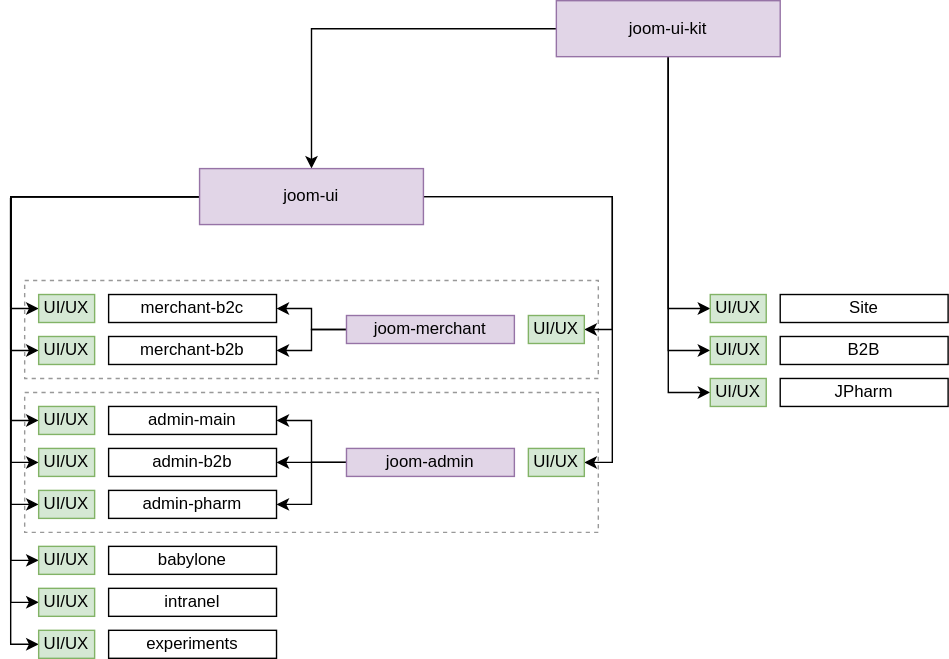
ajile/draw-io keeps this draw.io diagram as design-system-2.svg. Above is the earlier version. Source tidied: cells renumbered, new cells last; positions are measured from the earlier drawing's top-left corner, leaving out a move shared by most shapes.
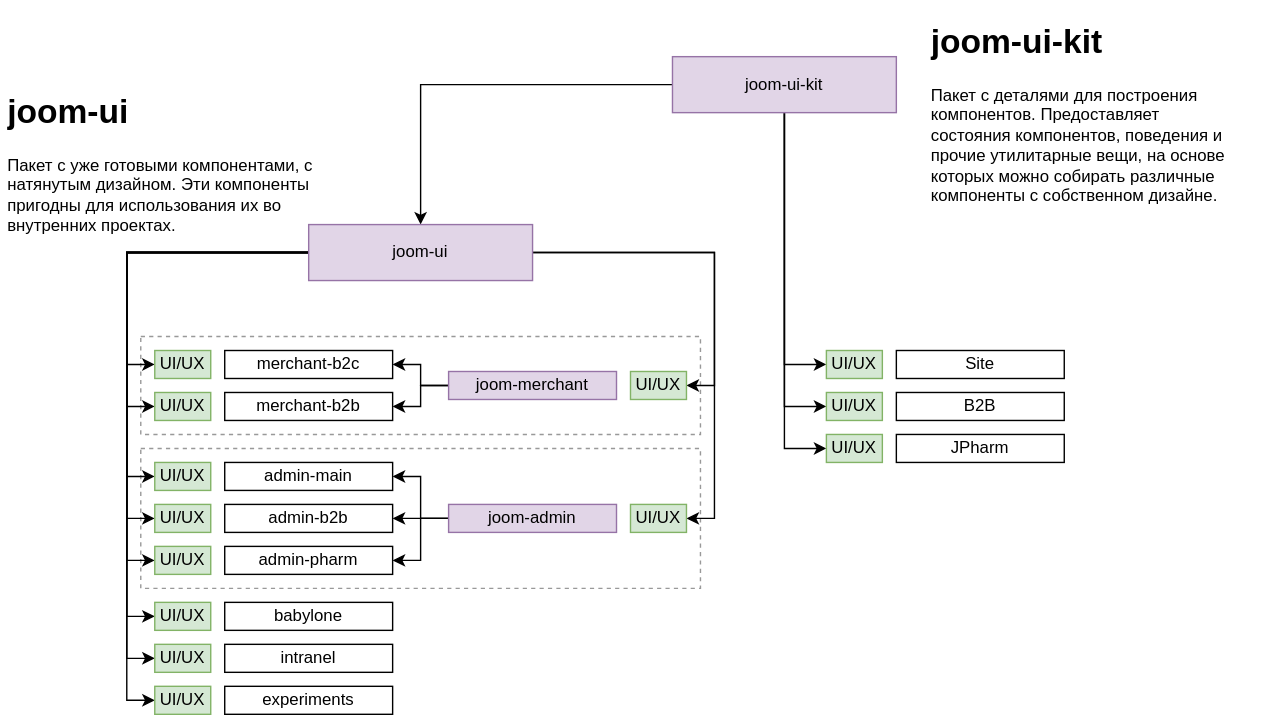
Later version of the same file.

The edit, as a diff of the source:
```diff
@@ -3,10 +3,10 @@
     <mxCell id="0" />
     <mxCell id="1" parent="0" />
     <mxCell id="2" style="rounded=0;whiteSpace=wrap;html=1;dashed=1;strokeColor=#999999;" parent="1" vertex="1">
-      <mxGeometry y="280" width="410" height="100" as="geometry" />
+      <mxGeometry y="280" width="400" height="100" as="geometry" />
     </mxCell>
     <mxCell id="3" style="rounded=0;whiteSpace=wrap;html=1;dashed=1;strokeColor=#999999;" parent="1" vertex="1">
-      <mxGeometry y="200" width="410" height="70" as="geometry" />
+      <mxGeometry y="200" width="400" height="70" as="geometry" />
     </mxCell>
     <mxCell id="4" style="edgeStyle=orthogonalEdgeStyle;rounded=0;jettySize=auto;html=1;entryX=0.5;entryY=0;entryDx=0;entryDy=0;" parent="1" edge="1" source="8" target="19">
       <mxGeometry relative="1" as="geometry" />
@@ -54,7 +54,7 @@
       <mxGeometry relative="1" as="geometry" />
     </mxCell>
     <mxCell id="19" value="joom-ui" style="rounded=0;whiteSpace=wrap;html=1;fillColor=#e1d5e7;strokeColor=#9673a6;" parent="1" vertex="1">
-      <mxGeometry x="125" y="120" width="160" height="40" as="geometry" />
+      <mxGeometry x="120" y="120" width="160" height="40" as="geometry" />
     </mxCell>
     <mxCell id="20" value="merchant-b2c" style="rounded=0;whiteSpace=wrap;html=1;" parent="1" vertex="1">
       <mxGeometry x="60" y="210" width="120" height="20" as="geometry" />
@@ -69,10 +69,10 @@
       <mxGeometry relative="1" as="geometry" />
     </mxCell>
     <mxCell id="24" value="joom-merchant" style="rounded=0;whiteSpace=wrap;html=1;fillColor=#e1d5e7;strokeColor=#9673a6;" parent="1" vertex="1">
-      <mxGeometry x="230" y="225" width="120" height="20" as="geometry" />
+      <mxGeometry x="220" y="225" width="120" height="20" as="geometry" />
     </mxCell>
     <mxCell id="25" value="UI/UX" style="rounded=0;whiteSpace=wrap;html=1;fillColor=#d5e8d4;strokeColor=#82b366;" parent="1" vertex="1">
-      <mxGeometry x="360" y="225" width="40" height="20" as="geometry" />
+      <mxGeometry x="350" y="225" width="40" height="20" as="geometry" />
     </mxCell>
     <mxCell id="26" value="merchant-b2b" style="rounded=0;whiteSpace=wrap;html=1;" parent="1" vertex="1">
       <mxGeometry x="60" y="240" width="120" height="20" as="geometry" />
@@ -96,10 +96,10 @@
       <mxGeometry relative="1" as="geometry" />
     </mxCell>
     <mxCell id="33" value="joom-admin" style="rounded=0;whiteSpace=wrap;html=1;fillColor=#e1d5e7;strokeColor=#9673a6;" parent="1" vertex="1">
-      <mxGeometry x="230" y="320" width="120" height="20" as="geometry" />
+      <mxGeometry x="220" y="320" width="120" height="20" as="geometry" />
     </mxCell>
     <mxCell id="34" value="UI/UX" style="rounded=0;whiteSpace=wrap;html=1;fillColor=#d5e8d4;strokeColor=#82b366;" parent="1" vertex="1">
-      <mxGeometry x="360" y="320" width="40" height="20" as="geometry" />
+      <mxGeometry x="350" y="320" width="40" height="20" as="geometry" />
     </mxCell>
     <mxCell id="35" value="admin-b2b" style="rounded=0;whiteSpace=wrap;html=1;" parent="1" vertex="1">
       <mxGeometry x="60" y="320" width="120" height="20" as="geometry" />
@@ -149,5 +149,11 @@
     <mxCell id="50" value="UI/UX" style="rounded=0;whiteSpace=wrap;html=1;fillColor=#d5e8d4;strokeColor=#82b366;" parent="1" vertex="1">
       <mxGeometry x="490" y="270" width="40" height="20" as="geometry" />
     </mxCell>
+    <mxCell id="51" value="&lt;h1&gt;joom-ui-kit&lt;/h1&gt;&lt;p&gt;Пакет с деталями для построения компонентов. Предоставляет состояния&amp;nbsp;компонентов, поведения и прочие утилитарные вещи, на основе которых можно собирать различные компоненты с собственном дизайне.&lt;/p&gt;" style="text;html=1;strokeColor=none;fillColor=none;spacing=5;spacingTop=-20;whiteSpace=wrap;overflow=hidden;rounded=0;dashed=1;" parent="1" vertex="1">
+      <mxGeometry x="560" y="-30" width="240" height="140" as="geometry" />
+    </mxCell>
+    <mxCell id="52" value="&lt;h1&gt;joom-ui&lt;/h1&gt;&lt;p&gt;Пакет с уже готовыми компонентами, с натянутым дизайном. Эти компоненты пригодны для использования их во внутренних проектах.&lt;/p&gt;" style="text;html=1;strokeColor=none;fillColor=none;spacing=5;spacingTop=-20;whiteSpace=wrap;overflow=hidden;rounded=0;dashed=1;" parent="1" vertex="1">
+      <mxGeometry x="-100" y="20" width="240" height="120" as="geometry" />
+    </mxCell>
   </root>
 </mxGraphModel>
```
